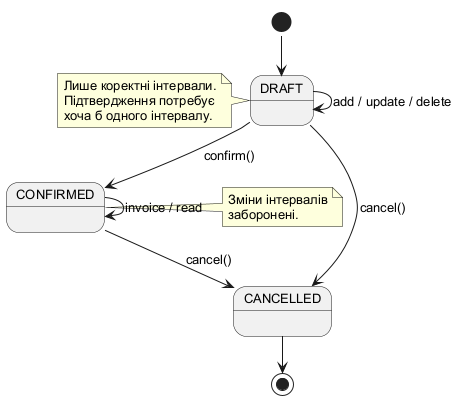
The PlantUML diagram docs/state.png in auulina21/coworking-19, before a commit.
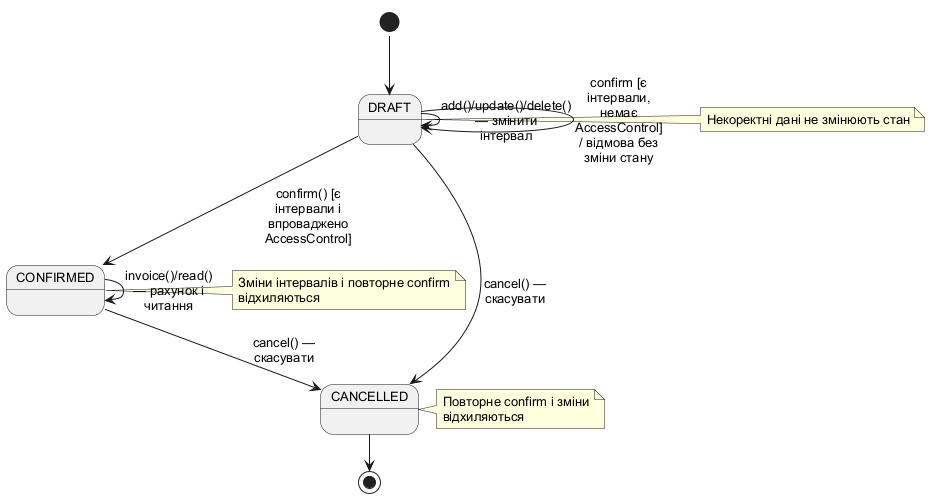
Later version of the same file.

What changed in the source:
```diff
@@ -2,22 +2,27 @@
 !pragma layout smetana
 skinparam defaultFontName Arial
 skinparam defaultFontSize 13
+skinparam maxMessageSize 85
+skinparam wrapWidth 220
 skinparam nodesep 35
 skinparam ranksep 45
 [*] --> DRAFT
-DRAFT --> DRAFT : add / update / delete
-DRAFT --> CONFIRMED : confirm()
-CONFIRMED --> CONFIRMED : invoice / read
-DRAFT --> CANCELLED : cancel()
-CONFIRMED --> CANCELLED : cancel()
+DRAFT --> DRAFT : add()/update()/delete() — змінити інтервал
+DRAFT --> CONFIRMED : confirm() [є інтервали і впроваджено AccessControl]
+CONFIRMED --> CONFIRMED : invoice()/read() — рахунок і читання
+DRAFT --> CANCELLED : cancel() — скасувати
+CONFIRMED --> CANCELLED : cancel() — скасувати
 CANCELLED --> [*]
-note left of DRAFT
-Лише коректні інтервали.
-Підтвердження потребує
-хоча б одного інтервалу.
+note right of DRAFT
+Некоректні дані не змінюють стан
 end note
-note left of CONFIRMED
-Зміни інтервалів
-заборонені.
+note right of CONFIRMED
+Зміни інтервалів і повторне confirm відхиляються
 end note
+
+note right of CANCELLED
+Повторне confirm і зміни відхиляються
+end note
+
+DRAFT --> DRAFT : confirm [є інтервали, немає AccessControl] / відмова без зміни стану
 @enduml
```
